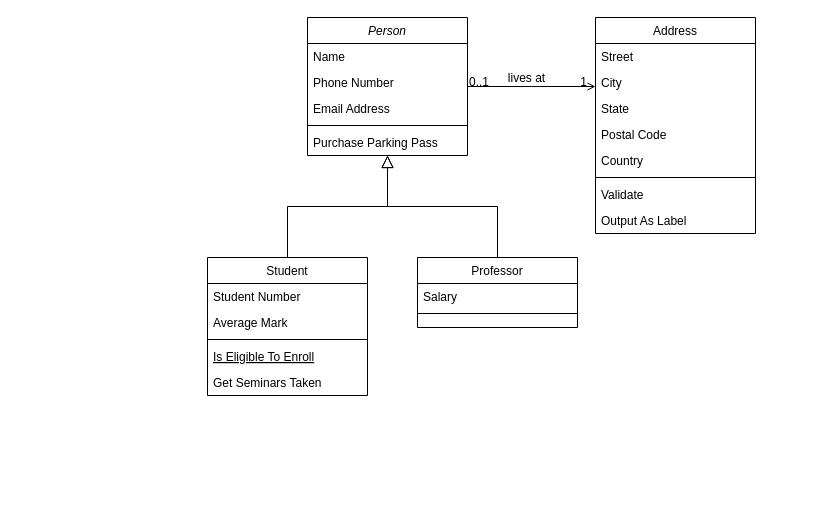
LuizGuilhermeNych/LibGDX_Fundamentos keeps this draw.io diagram as libgdx_fundamentos.drawio. Above is the earlier version. Source tidied: cells renumbered, new cells numbered last; positions are measured from the earlier drawing's top-left corner, leaving out a move shared by most shapes. Both pictures are drawn from the tidied source at 100%, with x=0, y=0 at pixel (207, 17).
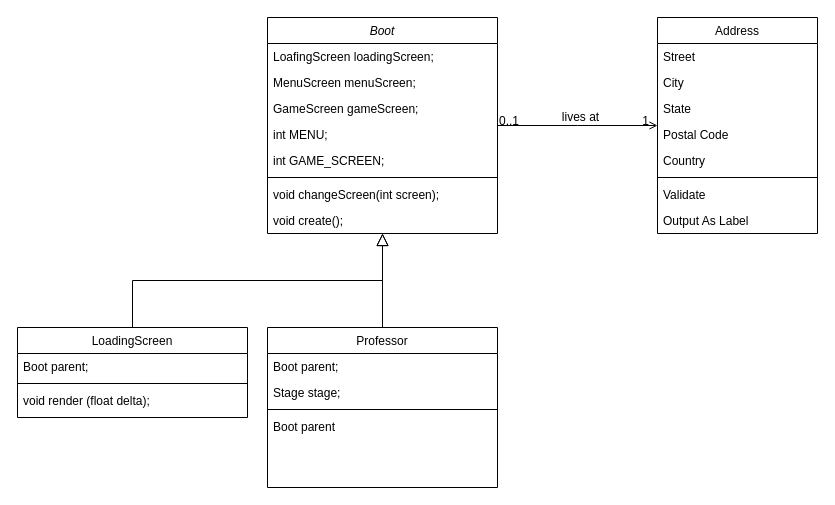
The same page after the edit.

Diff of the diagram source:
```diff
@@
-    <mxCell id="2" value="Person" style="swimlane;fontStyle=2;align=center;verticalAlign=top;horizontal=1;startSize=26;rounded=0;shadow=0;strokeWidth=1;" parent="1" vertex="1">
-      <mxGeometry x="100" width="160" height="138" as="geometry" />
+    <mxCell id="2" value="Boot" style="swimlane;fontStyle=2;align=center;verticalAlign=top;horizontal=1;startSize=26;rounded=0;shadow=0;strokeWidth=1;" parent="1" vertex="1">
+      <mxGeometry x="60" width="230" height="216" as="geometry" />
     </mxCell>
-    <mxCell id="3" value="Name" style="text;align=left;verticalAlign=top;spacingLeft=4;spacingRight=4;overflow=hidden;" parent="2" vertex="1">
-      <mxGeometry y="26" width="160" height="26" as="geometry" />
+    <mxCell id="3" value="LoafingScreen loadingScreen;" style="text;align=left;verticalAlign=top;spacingLeft=4;spacingRight=4;overflow=hidden;" parent="2" vertex="1">
+      <mxGeometry y="26" width="230" height="26" as="geometry" />
     </mxCell>
-    <mxCell id="4" value="Phone Number" style="text;align=left;verticalAlign=top;spacingLeft=4;spacingRight=4;overflow=hidden;rounded=0;shadow=0;html=0;" parent="2" vertex="1">
-      <mxGeometry y="52" width="160" height="26" as="geometry" />
+    <mxCell id="4" value="MenuScreen menuScreen;" style="text;align=left;verticalAlign=top;spacingLeft=4;spacingRight=4;overflow=hidden;rounded=0;shadow=0;html=0;" parent="2" vertex="1">
+      <mxGeometry y="52" width="230" height="26" as="geometry" />
     </mxCell>
-    <mxCell id="5" value="Email Address" style="text;align=left;verticalAlign=top;spacingLeft=4;spacingRight=4;overflow=hidden;rounded=0;shadow=0;html=0;" parent="2" vertex="1">
-      <mxGeometry y="78" width="160" height="26" as="geometry" />
+    <mxCell id="5" value="GameScreen gameScreen;" style="text;align=left;verticalAlign=top;spacingLeft=4;spacingRight=4;overflow=hidden;rounded=0;shadow=0;html=0;" parent="2" vertex="1">
+      <mxGeometry y="78" width="230" height="26" as="geometry" />
     </mxCell>
+    <mxCell id="32" value="int MENU;" style="text;align=left;verticalAlign=top;spacingLeft=4;spacingRight=4;overflow=hidden;rounded=0;shadow=0;html=0;" parent="2" vertex="1">
+      <mxGeometry y="104" width="230" height="26" as="geometry" />
+    </mxCell>
+    <mxCell id="33" value="int GAME_SCREEN;" style="text;align=left;verticalAlign=top;spacingLeft=4;spacingRight=4;overflow=hidden;rounded=0;shadow=0;html=0;" parent="2" vertex="1">
+      <mxGeometry y="130" width="230" height="26" as="geometry" />
+    </mxCell>
     <mxCell id="6" style="line;html=1;strokeWidth=1;align=left;verticalAlign=middle;spacingTop=-1;spacingLeft=3;spacingRight=3;labelPosition=right;" parent="2" vertex="1">
-      <mxGeometry y="104" width="160" height="8" as="geometry" />
+      <mxGeometry y="156" width="230" height="8" as="geometry" />
     </mxCell>
-    <mxCell id="7" value="Purchase Parking Pass" style="text;align=left;verticalAlign=top;spacingLeft=4;spacingRight=4;overflow=hidden;" parent="2" vertex="1">
-      <mxGeometry y="112" width="160" height="26" as="geometry" />
+    <mxCell id="7" value="void changeScreen(int screen);" style="text;align=left;verticalAlign=top;spacingLeft=4;spacingRight=4;overflow=hidden;" parent="2" vertex="1">
+      <mxGeometry y="164" width="230" height="26" as="geometry" />
     </mxCell>
+    <mxCell id="34" value="void create();" style="text;align=left;verticalAlign=top;spacingLeft=4;spacingRight=4;overflow=hidden;" parent="2" vertex="1">
+      <mxGeometry y="190" width="230" height="26" as="geometry" />
+    </mxCell>
-    <mxCell id="8" value="Student" style="swimlane;fontStyle=0;align=center;verticalAlign=top;horizontal=1;startSize=26;rounded=0;shadow=0;strokeWidth=1;" parent="1" vertex="1">
-      <mxGeometry y="240" width="160" height="138" as="geometry" />
+    <mxCell id="8" value="LoadingScreen" style="swimlane;fontStyle=0;align=center;verticalAlign=top;horizontal=1;startSize=26;rounded=0;shadow=0;strokeWidth=1;" parent="1" vertex="1">
+      <mxGeometry x="-190" y="310" width="230" height="90" as="geometry" />
     </mxCell>
-    <mxCell id="9" value="Student Number" style="text;align=left;verticalAlign=top;spacingLeft=4;spacingRight=4;overflow=hidden;" parent="8" vertex="1">
-      <mxGeometry y="26" width="160" height="26" as="geometry" />
+    <mxCell id="9" value="Boot parent;" style="text;align=left;verticalAlign=top;spacingLeft=4;spacingRight=4;overflow=hidden;" parent="8" vertex="1">
+      <mxGeometry y="26" width="230" height="26" as="geometry" />
     </mxCell>
-    <mxCell id="10" value="Average Mark" style="text;align=left;verticalAlign=top;spacingLeft=4;spacingRight=4;overflow=hidden;rounded=0;shadow=0;html=0;" parent="8" vertex="1">
-      <mxGeometry y="52" width="160" height="26" as="geometry" />
-    </mxCell>
     <mxCell id="11" style="line;html=1;strokeWidth=1;align=left;verticalAlign=middle;spacingTop=-1;spacingLeft=3;spacingRight=3;labelPosition=right;" parent="8" vertex="1">
-      <mxGeometry y="78" width="160" height="8" as="geometry" />
+      <mxGeometry y="52" width="230" height="8" as="geometry" />
     </mxCell>
-    <mxCell id="12" value="Is Eligible To Enroll" style="text;align=left;verticalAlign=top;spacingLeft=4;spacingRight=4;overflow=hidden;fontStyle=4;" parent="8" vertex="1">
-      <mxGeometry y="86" width="160" height="26" as="geometry" />
+    <mxCell id="12" value="void render (float delta);" style="text;align=left;verticalAlign=top;spacingLeft=4;spacingRight=4;overflow=hidden;fontStyle=0;" parent="8" vertex="1">
+      <mxGeometry y="60" width="230" height="26" as="geometry" />
     </mxCell>
-    <mxCell id="13" value="Get Seminars Taken" style="text;align=left;verticalAlign=top;spacingLeft=4;spacingRight=4;overflow=hidden;" parent="8" vertex="1">
-      <mxGeometry y="112" width="160" height="26" as="geometry" />
-    </mxCell>
@@
     <mxCell id="15" value="Professor" style="swimlane;fontStyle=0;align=center;verticalAlign=top;horizontal=1;startSize=26;rounded=0;shadow=0;strokeWidth=1;" parent="1" vertex="1">
-      <mxGeometry x="210" y="240" width="160" height="70" as="geometry" />
+      <mxGeometry x="60" y="310" width="230" height="160" as="geometry" />
     </mxCell>
-    <mxCell id="16" value="Salary" style="text;align=left;verticalAlign=top;spacingLeft=4;spacingRight=4;overflow=hidden;" parent="15" vertex="1">
-      <mxGeometry y="26" width="160" height="26" as="geometry" />
+    <mxCell id="16" value="Boot parent;" style="text;align=left;verticalAlign=top;spacingLeft=4;spacingRight=4;overflow=hidden;" parent="15" vertex="1">
+      <mxGeometry y="26" width="230" height="26" as="geometry" />
     </mxCell>
+    <mxCell id="35" value="Stage stage;" style="text;align=left;verticalAlign=top;spacingLeft=4;spacingRight=4;overflow=hidden;" parent="15" vertex="1">
+      <mxGeometry y="52" width="230" height="26" as="geometry" />
+    </mxCell>
     <mxCell id="17" style="line;html=1;strokeWidth=1;align=left;verticalAlign=middle;spacingTop=-1;spacingLeft=3;spacingRight=3;labelPosition=right;" parent="15" vertex="1">
-      <mxGeometry y="52" width="160" height="8" as="geometry" />
+      <mxGeometry y="78" width="230" height="8" as="geometry" />
     </mxCell>
+    <mxCell id="36" value="Boot parent" style="text;align=left;verticalAlign=top;spacingLeft=4;spacingRight=4;overflow=hidden;" parent="15" vertex="1">
+      <mxGeometry y="86" width="230" height="26" as="geometry" />
+    </mxCell>
@@
     <mxCell id="19" value="Address" style="swimlane;fontStyle=0;align=center;verticalAlign=top;horizontal=1;startSize=26;rounded=0;shadow=0;strokeWidth=1;" parent="1" vertex="1">
-      <mxGeometry x="388" width="160" height="216" as="geometry" />
+      <mxGeometry x="450" width="160" height="216" as="geometry" />
     </mxCell>
```
